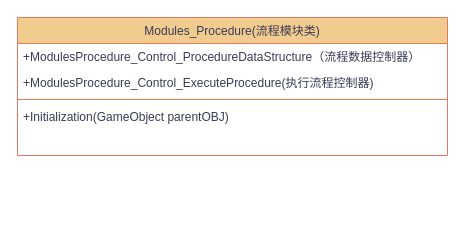
Earlier version of the draw.io diagram Obosky/Assemble.drawio (guiyewang/draw.io). Source tidied: cells renumbered, new cells numbered last; positions are measured from the earlier drawing's top-left corner, leaving out a move shared by most shapes. Both pictures are drawn from the tidied source at 100%, with x=0, y=0 at pixel (17, 17).
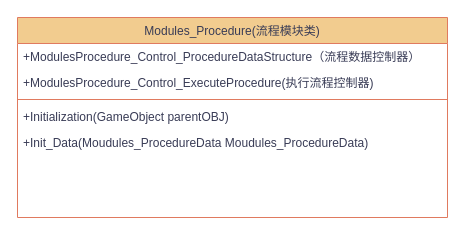
Above is the later version.

What changed in the source:
```diff
@@
 <mxGraphModel>
   <root>
     <mxCell id="0" />
     <mxCell id="1" parent="0" />
     <mxCell id="2" value="Modules_Procedure(流程模块类)" style="swimlane;fontStyle=0;align=center;verticalAlign=top;horizontal=1;startSize=26;rounded=0;shadow=0;strokeWidth=1;labelBackgroundColor=none;fillColor=#F2CC8F;strokeColor=#E07A5F;fontColor=#393C56;whiteSpace=wrap;" parent="1" vertex="1">
-      <mxGeometry width="430" height="138" as="geometry" />
+      <mxGeometry width="430" height="200" as="geometry" />
     </mxCell>
     <mxCell id="3" value="+ModulesProcedure_Control_ProcedureDataStructure（流程数据控制器）" style="text;align=left;verticalAlign=top;spacingLeft=4;spacingRight=4;overflow=hidden;labelBackgroundColor=none;fontColor=#393C56;rounded=0;whiteSpace=wrap;" parent="2" vertex="1">
       <mxGeometry y="26" width="430" height="26" as="geometry" />
     </mxCell>
     <mxCell id="4" value="+ModulesProcedure_Control_ExecuteProcedure(执行流程控制器)" style="text;align=left;verticalAlign=top;spacingLeft=4;spacingRight=4;overflow=hidden;rounded=0;shadow=0;html=0;labelBackgroundColor=none;fontColor=#393C56;" parent="2" vertex="1">
       <mxGeometry y="52" width="430" height="26" as="geometry" />
     </mxCell>
     <mxCell id="5" style="line;html=1;strokeWidth=1;align=left;verticalAlign=middle;spacingTop=-1;spacingLeft=3;spacingRight=3;labelPosition=right;labelBackgroundColor=none;fillColor=#F2CC8F;strokeColor=#E07A5F;fontColor=#393C56;rounded=0;" parent="2" vertex="1">
       <mxGeometry y="78" width="430" height="8" as="geometry" />
     </mxCell>
     <mxCell id="6" value="+Initialization(GameObject parentOBJ)" style="text;align=left;verticalAlign=top;spacingLeft=4;spacingRight=4;overflow=hidden;labelBackgroundColor=none;fontColor=#393C56;rounded=0;" parent="2" vertex="1">
       <mxGeometry y="86" width="430" height="26" as="geometry" />
     </mxCell>
+    <mxCell id="7" value="+Init_Data(Moudules_ProcedureData Moudules_ProcedureData)" style="text;align=left;verticalAlign=top;spacingLeft=4;spacingRight=4;overflow=hidden;labelBackgroundColor=none;fontColor=#393C56;rounded=0;" parent="2" vertex="1">
+      <mxGeometry y="112" width="430" height="26" as="geometry" />
+    </mxCell>
   </root>
 </mxGraphModel>
```
